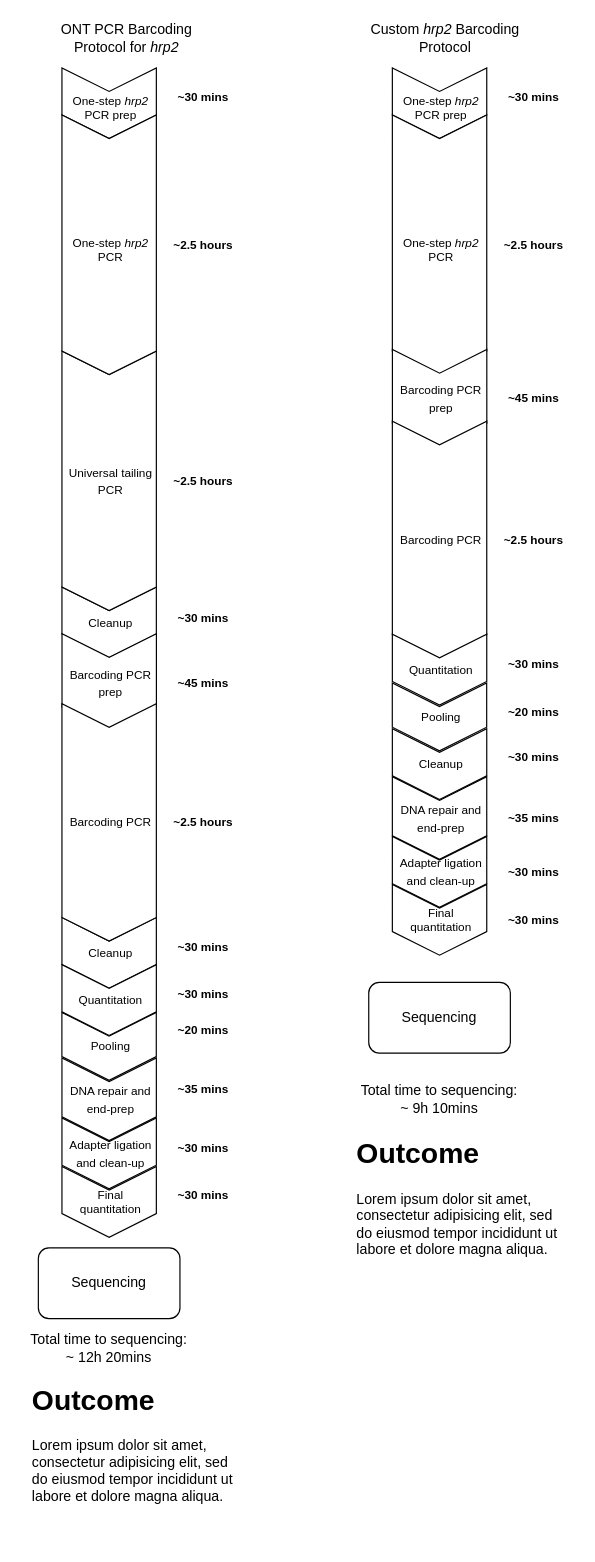
This is 4-reporting/protocol_comparison.drawio from sjsabin/minion_hrp2_project, a draw.io file, before an edit. Source tidied: cells renumbered, new cells numbered last; positions are measured from the earlier drawing's top-left corner, leaving out a move shared by most shapes. Both pictures are drawn from the tidied source at 118%, with x=0, y=0 at pixel (-21, 20).
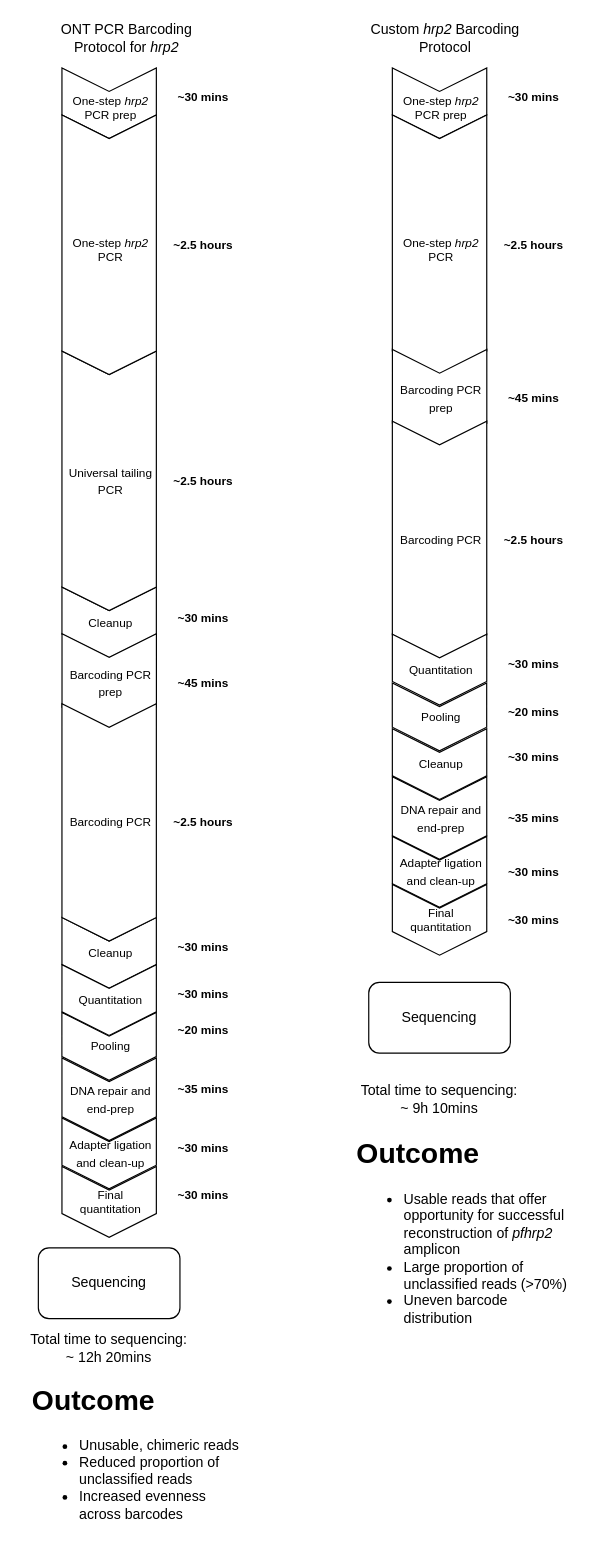
The same page after the edit.

Diff of the diagram source:
```diff
@@
-    <mxCell id="52" value="&lt;h1&gt;Outcome&lt;/h1&gt;&lt;p&gt;Lorem ipsum dolor sit amet, consectetur adipisicing elit, sed do eiusmod tempor incididunt ut labore et dolore magna aliqua.&lt;/p&gt;" style="text;html=1;strokeColor=none;fillColor=none;spacing=5;spacingTop=-20;whiteSpace=wrap;overflow=hidden;rounded=0;fontSize=12;" parent="1" vertex="1">
-      <mxGeometry x="40" y="1150" width="190" height="120" as="geometry" />
+    <mxCell id="52" value="&lt;h1&gt;Outcome&lt;/h1&gt;&lt;ul&gt;&lt;li&gt;Unusable, chimeric reads&lt;/li&gt;&lt;li&gt;Reduced proportion of unclassified reads&lt;/li&gt;&lt;li&gt;Increased evenness across barcodes&lt;br&gt;&lt;/li&gt;&lt;/ul&gt;" style="text;html=1;strokeColor=none;fillColor=none;spacing=5;spacingTop=-20;whiteSpace=wrap;overflow=hidden;rounded=0;fontSize=12;" parent="1" vertex="1">
+      <mxGeometry x="40" y="1150" width="190" height="140" as="geometry" />
     </mxCell>
-    <mxCell id="53" value="&lt;h1&gt;Outcome&lt;/h1&gt;&lt;p&gt;Lorem ipsum dolor sit amet, consectetur adipisicing elit, sed do eiusmod tempor incididunt ut labore et dolore magna aliqua.&lt;/p&gt;" style="text;html=1;strokeColor=none;fillColor=none;spacing=5;spacingTop=-20;whiteSpace=wrap;overflow=hidden;rounded=0;fontSize=12;" parent="1" vertex="1">
-      <mxGeometry x="315" y="941" width="190" height="120" as="geometry" />
+    <mxCell id="53" value="&lt;h1&gt;Outcome&lt;/h1&gt;&lt;ul&gt;&lt;li&gt;Usable reads that offer opportunity for successful reconstruction of &lt;i&gt;pfhrp2 &lt;/i&gt;amplicon&lt;/li&gt;&lt;li&gt;Large proportion of unclassified reads (&amp;gt;70%)&lt;/li&gt;&lt;li&gt;Uneven barcode distribution&lt;br&gt;&lt;/li&gt;&lt;/ul&gt;" style="text;html=1;strokeColor=none;fillColor=none;spacing=5;spacingTop=-20;whiteSpace=wrap;overflow=hidden;rounded=0;fontSize=12;" parent="1" vertex="1">
+      <mxGeometry x="315" y="941" width="190" height="179" as="geometry" />
     </mxCell>
```
